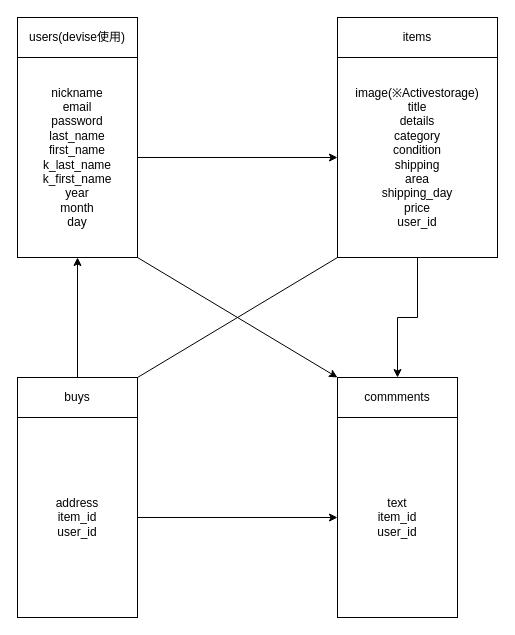
1chi1en/furima-30583 keeps this draw.io diagram as ERfigure.dio. Above is the earlier version. Source tidied: cells renumbered, new cells numbered last; positions are measured from the earlier drawing's top-left corner, leaving out a move shared by most shapes. Both pictures are drawn from the tidied source at 100%, with x=0, y=0 at pixel (17, 17).
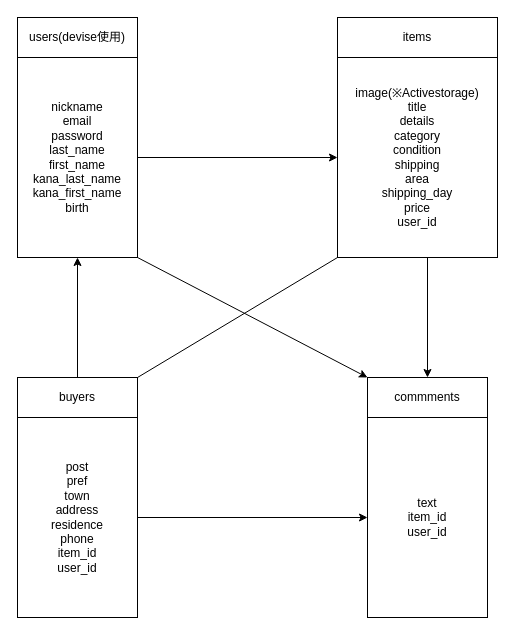
The same page after the edit.

Commit message (it also covers changes not shown here):
README記述（アソシエーション修正２回目）

The change refers to these unchanged cells:
```xml
<mxCell id="2" style="group;" parent="1" vertex="1">
  <mxGeometry width="120" height="240" as="geometry" />
</mxCell>
<mxCell id="11" value="image(※Activestorage)&lt;br&gt;title&lt;br&gt;details&lt;br&gt;category&lt;br&gt;condition&lt;br&gt;shipping&lt;br&gt;area&lt;br&gt;shipping_day&lt;br&gt;price&lt;br&gt;user_id" style="text;html=1;strokeColor=none;fillColor=none;align=center;verticalAlign=middle;whiteSpace=wrap;rounded=0;" parent="7" vertex="1">
  <mxGeometry y="40" width="160" height="200" as="geometry" />
</mxCell>
<mxCell id="12" style="group;" parent="1" vertex="1">
  <mxGeometry y="360" width="120" height="240" as="geometry" />
</mxCell>
<mxCell id="17" value="commments" style="rounded=0;whiteSpace=wrap;html=1;" parent="16" vertex="1">
  <mxGeometry width="120" height="40" as="geometry" />
</mxCell>
```

The edit, as a diff of the source:
```diff
@@
-    <mxCell id="6" value="nickname&lt;br&gt;email&lt;br&gt;password&lt;br&gt;last_name&lt;br&gt;first_name&lt;br&gt;k_last_name&lt;br&gt;k_first_name&lt;br&gt;year&lt;br&gt;month&lt;br&gt;day" style="text;html=1;strokeColor=none;fillColor=none;align=center;verticalAlign=middle;whiteSpace=wrap;rounded=0;" parent="2" vertex="1">
+    <mxCell id="6" value="nickname&lt;br&gt;email&lt;br&gt;password&lt;br&gt;last_name&lt;br&gt;first_name&lt;br&gt;kana_last_name&lt;br&gt;kana_first_name&lt;br&gt;birth" style="text;html=1;strokeColor=none;fillColor=none;align=center;verticalAlign=middle;whiteSpace=wrap;rounded=0;" parent="2" vertex="1">
       <mxGeometry y="40" width="120" height="200" as="geometry" />
     </mxCell>
@@
-    <mxCell id="13" value="buys" style="rounded=0;whiteSpace=wrap;html=1;" parent="12" vertex="1">
+    <mxCell id="13" value="buyers" style="rounded=0;whiteSpace=wrap;html=1;" parent="12" vertex="1">
       <mxGeometry width="120" height="40" as="geometry" />
     </mxCell>
@@
-    <mxCell id="15" value="address&lt;br&gt;item_id&lt;br&gt;user_id" style="text;html=1;strokeColor=none;fillColor=none;align=center;verticalAlign=middle;whiteSpace=wrap;rounded=0;" parent="12" vertex="1">
+    <mxCell id="15" value="post&lt;br&gt;pref&lt;br&gt;town&lt;br&gt;address&lt;br&gt;residence&lt;br&gt;phone&lt;br&gt;item_id&lt;br&gt;user_id" style="text;html=1;strokeColor=none;fillColor=none;align=center;verticalAlign=middle;whiteSpace=wrap;rounded=0;" parent="12" vertex="1">
       <mxGeometry y="40" width="120" height="200" as="geometry" />
     </mxCell>
     <mxCell id="16" style="group;" parent="1" vertex="1">
-      <mxGeometry x="320" y="360" width="120" height="240" as="geometry" />
+      <mxGeometry x="350" y="360" width="120" height="240" as="geometry" />
     </mxCell>
@@
-    <mxCell id="21" style="edgeStyle=orthogonalEdgeStyle;rounded=0;jettySize=auto;html=1;exitX=0.5;exitY=1;exitDx=0;exitDy=0;entryX=0.5;entryY=0;entryDx=0;entryDy=0;" parent="1" edge="1" source="11" target="17">
-      <mxGeometry relative="1" as="geometry" />
-    </mxCell>
@@
+    <mxCell id="21" style="edgeStyle=orthogonalEdgeStyle;rounded=0;jettySize=auto;html=1;exitX=0.75;exitY=1;exitDx=0;exitDy=0;entryX=0.5;entryY=0;entryDx=0;entryDy=0;" parent="1" edge="1" source="11" target="17">
+      <mxGeometry relative="1" as="geometry">
+        <Array as="points">
+          <mxPoint x="410" y="240" />
+        </Array>
+      </mxGeometry>
+    </mxCell>
```
